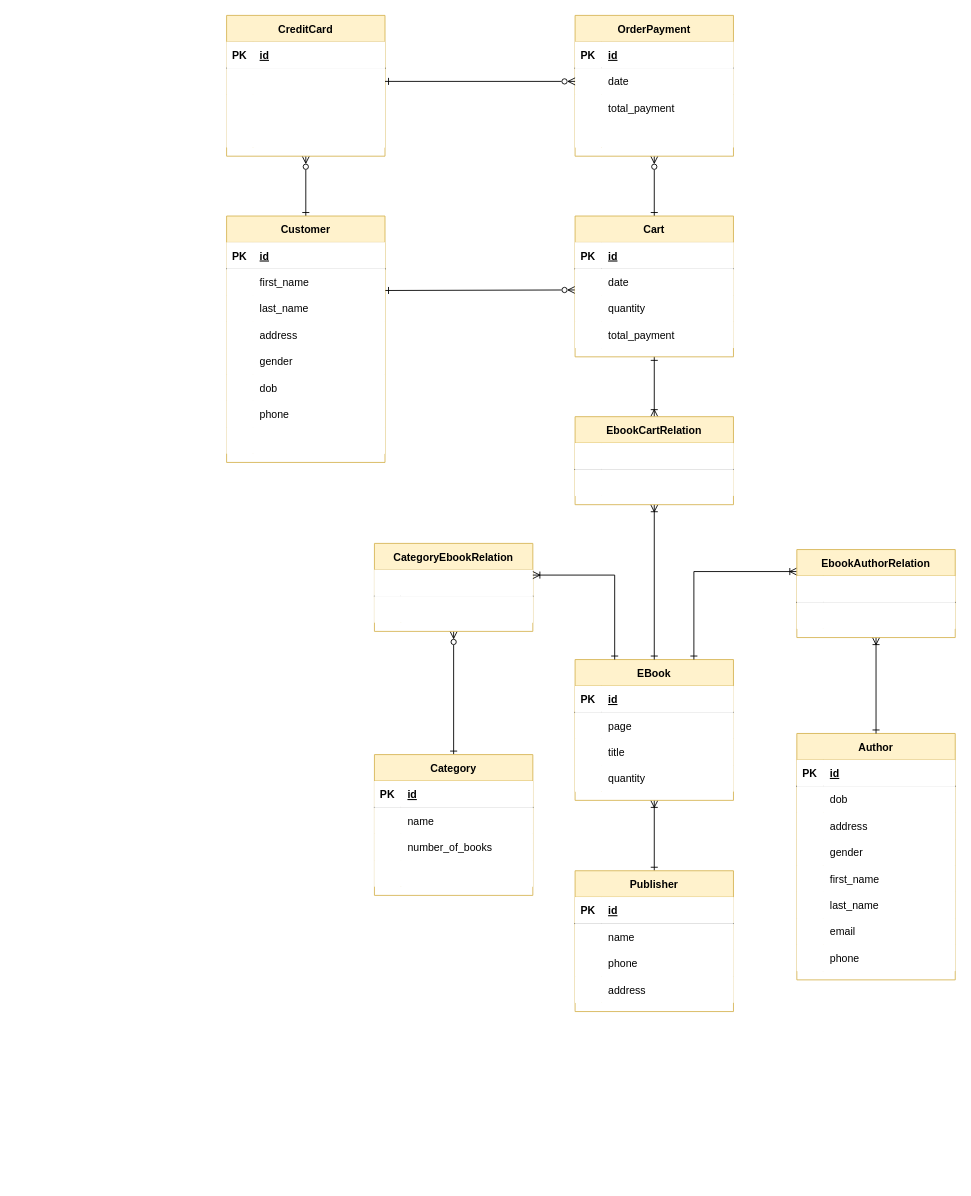
Before: SourceCode/Postgres/Query/ERD/Drawio/SellingBookOnline.drawio in TongVu/Axon, a draw.io diagram. Source tidied: cells renumbered, new cells numbered last; positions are measured from the earlier drawing's top-left corner, leaving out a move shared by most shapes. Both pictures are drawn from the tidied source at 88%, with x=0, y=0 at pixel (226, 15).
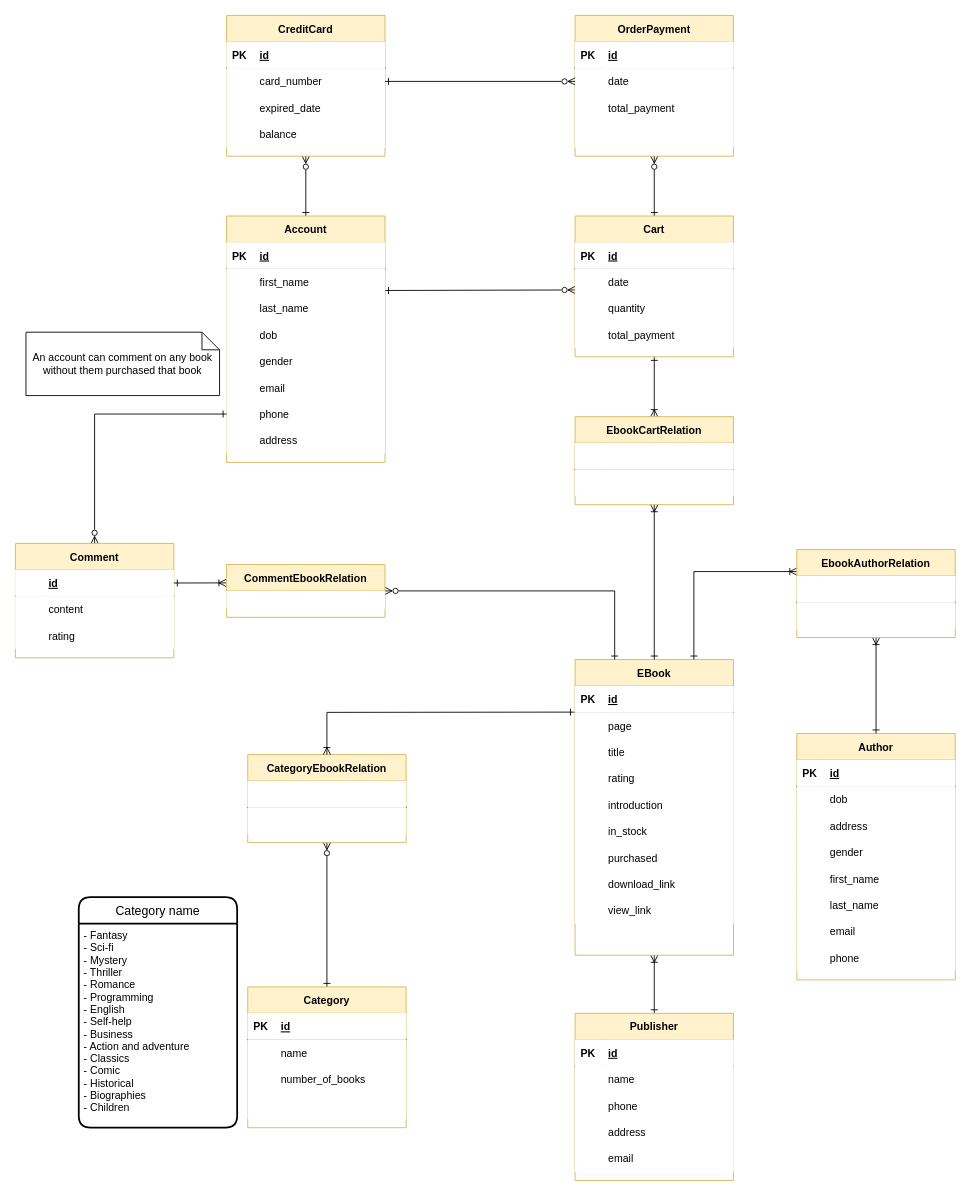
After the change.

Commit message (it also covers changes not shown here):
modified SellingBookOnline ERD

The change refers to these unchanged cells:
```xml
<mxCell id="4" style="shape=tableRow;horizontal=0;startSize=0;swimlaneHead=0;swimlaneBody=0;points=[[0,0.5],[1,0.5]];portConstraint=eastwest;top=0;left=0;right=0;bottom=1;" parent="3" vertex="1">
  <mxGeometry y="30" width="180" height="30" as="geometry" />
</mxCell>
<mxCell id="127" style="shape=tableRow;horizontal=0;startSize=0;swimlaneHead=0;swimlaneBody=0;points=[[0,0.5],[1,0.5]];portConstraint=eastwest;top=0;left=0;right=0;bottom=0;" parent="123" vertex="1">
  <mxGeometry y="60" width="180" height="30" as="geometry" />
</mxCell>
<mxCell id="130" style="shape=tableRow;horizontal=0;startSize=0;swimlaneHead=0;swimlaneBody=0;top=0;left=0;right=0;bottom=0;" parent="123" vertex="1">
  <mxGeometry y="90" width="180" height="30" as="geometry" />
</mxCell>
<mxCell id="133" style="shape=tableRow;horizontal=0;startSize=0;swimlaneHead=0;swimlaneBody=0;top=0;left=0;right=0;bottom=0;" parent="123" vertex="1">
  <mxGeometry y="120" width="180" height="30" as="geometry" />
</mxCell>
```

Diff of the diagram source:
```diff
@@
     <mxCell id="3" value="EBook" style="shape=table;startSize=30;childLayout=tableLayout;rowLines=0;fontStyle=1;align=center;fillColor=#fff2cc;strokeColor=#d6b656;" parent="1" vertex="1">
-      <mxGeometry x="396" y="732" width="180" height="160" as="geometry" />
+      <mxGeometry x="396" y="732" width="180" height="336" as="geometry" />
     </mxCell>
@@
+    <mxCell id="162" style="shape=tableRow;horizontal=0;startSize=0;swimlaneHead=0;swimlaneBody=0;top=0;left=0;right=0;bottom=0;" parent="3" vertex="1">
+      <mxGeometry y="120" width="180" height="30" as="geometry" />
+    </mxCell>
+    <mxCell id="163" style="shape=partialRectangle;top=0;left=0;bottom=0;right=0;overflow=hidden;" parent="162" vertex="1">
+      <mxGeometry width="30" height="30" as="geometry" />
+    </mxCell>
+    <mxCell id="164" value="rating" style="shape=partialRectangle;top=0;left=0;bottom=0;right=0;align=left;spacingLeft=6;overflow=hidden;" parent="162" vertex="1">
+      <mxGeometry x="30" width="150" height="30" as="geometry" />
+    </mxCell>
+    <mxCell id="165" style="shape=tableRow;horizontal=0;startSize=0;swimlaneHead=0;swimlaneBody=0;top=0;left=0;right=0;bottom=0;" parent="3" vertex="1">
+      <mxGeometry y="150" width="180" height="30" as="geometry" />
+    </mxCell>
+    <mxCell id="166" style="shape=partialRectangle;top=0;left=0;bottom=0;right=0;overflow=hidden;" parent="165" vertex="1">
+      <mxGeometry width="30" height="30" as="geometry" />
+    </mxCell>
+    <mxCell id="167" value="introduction" style="shape=partialRectangle;top=0;left=0;bottom=0;right=0;align=left;spacingLeft=6;overflow=hidden;" parent="165" vertex="1">
+      <mxGeometry x="30" width="150" height="30" as="geometry" />
+    </mxCell>
     <mxCell id="13" style="shape=tableRow;horizontal=0;startSize=0;swimlaneHead=0;swimlaneBody=0;top=0;left=0;right=0;bottom=0;" parent="3" vertex="1">
-      <mxGeometry y="120" width="180" height="30" as="geometry" />
+      <mxGeometry y="180" width="180" height="30" as="geometry" />
     </mxCell>
@@
-    <mxCell id="15" value="quantity" style="shape=partialRectangle;top=0;left=0;bottom=0;right=0;align=left;spacingLeft=6;overflow=hidden;" parent="13" vertex="1">
+    <mxCell id="15" value="in_stock" style="shape=partialRectangle;top=0;left=0;bottom=0;right=0;align=left;spacingLeft=6;overflow=hidden;" parent="13" vertex="1">
       <mxGeometry x="30" width="150" height="30" as="geometry" />
     </mxCell>
+    <mxCell id="168" style="shape=tableRow;horizontal=0;startSize=0;swimlaneHead=0;swimlaneBody=0;top=0;left=0;right=0;bottom=0;" parent="3" vertex="1">
+      <mxGeometry y="210" width="180" height="30" as="geometry" />
+    </mxCell>
+    <mxCell id="169" style="shape=partialRectangle;top=0;left=0;bottom=0;right=0;overflow=hidden;" parent="168" vertex="1">
+      <mxGeometry width="30" height="30" as="geometry" />
+    </mxCell>
+    <mxCell id="170" value="purchased" style="shape=partialRectangle;top=0;left=0;bottom=0;right=0;align=left;spacingLeft=6;overflow=hidden;" parent="168" vertex="1">
+      <mxGeometry x="30" width="150" height="30" as="geometry" />
+    </mxCell>
+    <mxCell id="171" style="shape=tableRow;horizontal=0;startSize=0;swimlaneHead=0;swimlaneBody=0;top=0;left=0;right=0;bottom=0;" parent="3" vertex="1">
+      <mxGeometry y="240" width="180" height="30" as="geometry" />
+    </mxCell>
+    <mxCell id="172" style="shape=partialRectangle;top=0;left=0;bottom=0;right=0;overflow=hidden;" parent="171" vertex="1">
+      <mxGeometry width="30" height="30" as="geometry" />
+    </mxCell>
+    <mxCell id="173" value="download_link" style="shape=partialRectangle;top=0;left=0;bottom=0;right=0;align=left;spacingLeft=6;overflow=hidden;" parent="171" vertex="1">
+      <mxGeometry x="30" width="150" height="30" as="geometry" />
+    </mxCell>
+    <mxCell id="174" style="shape=tableRow;horizontal=0;startSize=0;swimlaneHead=0;swimlaneBody=0;top=0;left=0;right=0;bottom=0;" parent="3" vertex="1">
+      <mxGeometry y="270" width="180" height="30" as="geometry" />
+    </mxCell>
+    <mxCell id="175" style="shape=partialRectangle;top=0;left=0;bottom=0;right=0;overflow=hidden;" parent="174" vertex="1">
+      <mxGeometry width="30" height="30" as="geometry" />
+    </mxCell>
+    <mxCell id="176" value="view_link" style="shape=partialRectangle;top=0;left=0;bottom=0;right=0;align=left;spacingLeft=6;overflow=hidden;" parent="174" vertex="1">
+      <mxGeometry x="30" width="150" height="30" as="geometry" />
+    </mxCell>
@@
-    <mxCell id="18" value="Customer" style="shape=table;startSize=30;childLayout=tableLayout;rowLines=0;fontStyle=1;align=center;fillColor=#fff2cc;strokeColor=#d6b656;" parent="1" vertex="1">
+    <mxCell id="18" value="Account" style="shape=table;startSize=30;childLayout=tableLayout;rowLines=0;fontStyle=1;align=center;fillColor=#fff2cc;strokeColor=#d6b656;" parent="1" vertex="1">
       <mxGeometry y="228" width="180" height="280" as="geometry" />
     </mxCell>
@@
+    <mxCell id="34" style="shape=tableRow;horizontal=0;startSize=0;swimlaneHead=0;swimlaneBody=0;top=0;left=0;right=0;bottom=0;" parent="18" vertex="1">
+      <mxGeometry y="120" width="180" height="30" as="geometry" />
+    </mxCell>
+    <mxCell id="35" style="shape=partialRectangle;top=0;left=0;bottom=0;right=0;overflow=hidden;" parent="34" vertex="1">
+      <mxGeometry width="30" height="30" as="geometry" />
+    </mxCell>
+    <mxCell id="36" value="dob" style="shape=partialRectangle;top=0;left=0;bottom=0;right=0;align=left;spacingLeft=6;overflow=hidden;" parent="34" vertex="1">
+      <mxGeometry x="30" width="150" height="30" as="geometry" />
+    </mxCell>
+    <mxCell id="31" style="shape=tableRow;horizontal=0;startSize=0;swimlaneHead=0;swimlaneBody=0;top=0;left=0;right=0;bottom=0;" parent="18" vertex="1">
+      <mxGeometry y="150" width="180" height="30" as="geometry" />
+    </mxCell>
+    <mxCell id="32" style="shape=partialRectangle;top=0;left=0;bottom=0;right=0;overflow=hidden;" parent="31" vertex="1">
+      <mxGeometry width="30" height="30" as="geometry" />
+    </mxCell>
+    <mxCell id="33" value="gender" style="shape=partialRectangle;top=0;left=0;bottom=0;right=0;align=left;spacingLeft=6;overflow=hidden;" parent="31" vertex="1">
+      <mxGeometry x="30" width="150" height="30" as="geometry" />
+    </mxCell>
+    <mxCell id="40" style="shape=tableRow;horizontal=0;startSize=0;swimlaneHead=0;swimlaneBody=0;top=0;left=0;right=0;bottom=0;" parent="18" vertex="1">
+      <mxGeometry y="180" width="180" height="30" as="geometry" />
+    </mxCell>
+    <mxCell id="41" style="shape=partialRectangle;top=0;left=0;bottom=0;right=0;overflow=hidden;" parent="40" vertex="1">
+      <mxGeometry width="30" height="30" as="geometry" />
+    </mxCell>
+    <mxCell id="42" value="email" style="shape=partialRectangle;top=0;left=0;bottom=0;right=0;align=left;spacingLeft=6;overflow=hidden;" parent="40" vertex="1">
+      <mxGeometry x="30" width="150" height="30" as="geometry" />
+    </mxCell>
+    <mxCell id="37" style="shape=tableRow;horizontal=0;startSize=0;swimlaneHead=0;swimlaneBody=0;points=[[0,0.5],[1,0.5]];portConstraint=eastwest;top=0;left=0;right=0;bottom=0;" parent="18" vertex="1">
+      <mxGeometry y="210" width="180" height="30" as="geometry" />
+    </mxCell>
+    <mxCell id="38" style="shape=partialRectangle;top=0;left=0;bottom=0;right=0;overflow=hidden;" parent="37" vertex="1">
+      <mxGeometry width="30" height="30" as="geometry" />
+    </mxCell>
+    <mxCell id="39" value="phone" style="shape=partialRectangle;top=0;left=0;bottom=0;right=0;align=left;spacingLeft=6;overflow=hidden;" parent="37" vertex="1">
+      <mxGeometry x="30" width="150" height="30" as="geometry" />
+    </mxCell>
     <mxCell id="28" style="shape=tableRow;horizontal=0;startSize=0;swimlaneHead=0;swimlaneBody=0;top=0;left=0;right=0;bottom=0;" parent="18" vertex="1">
-      <mxGeometry y="120" width="180" height="30" as="geometry" />
+      <mxGeometry y="240" width="180" height="30" as="geometry" />
     </mxCell>
@@
-    <mxCell id="31" style="shape=tableRow;horizontal=0;startSize=0;swimlaneHead=0;swimlaneBody=0;top=0;left=0;right=0;bottom=0;" parent="18" vertex="1">
-      <mxGeometry y="150" width="180" height="30" as="geometry" />
-    </mxCell>
-    <mxCell id="32" style="shape=partialRectangle;top=0;left=0;bottom=0;right=0;overflow=hidden;" parent="31" vertex="1">
-      <mxGeometry width="30" height="30" as="geometry" />
-    </mxCell>
-    <mxCell id="33" value="gender" style="shape=partialRectangle;top=0;left=0;bottom=0;right=0;align=left;spacingLeft=6;overflow=hidden;" parent="31" vertex="1">
-      <mxGeometry x="30" width="150" height="30" as="geometry" />
-    </mxCell>
-    <mxCell id="34" style="shape=tableRow;horizontal=0;startSize=0;swimlaneHead=0;swimlaneBody=0;top=0;left=0;right=0;bottom=0;" parent="18" vertex="1">
-      <mxGeometry y="180" width="180" height="30" as="geometry" />
-    </mxCell>
-    <mxCell id="35" style="shape=partialRectangle;top=0;left=0;bottom=0;right=0;overflow=hidden;" parent="34" vertex="1">
-      <mxGeometry width="30" height="30" as="geometry" />
-    </mxCell>
-    <mxCell id="36" value="dob" style="shape=partialRectangle;top=0;left=0;bottom=0;right=0;align=left;spacingLeft=6;overflow=hidden;" parent="34" vertex="1">
-      <mxGeometry x="30" width="150" height="30" as="geometry" />
-    </mxCell>
-    <mxCell id="37" style="shape=tableRow;horizontal=0;startSize=0;swimlaneHead=0;swimlaneBody=0;points=[[0,0.5],[1,0.5]];portConstraint=eastwest;top=0;left=0;right=0;bottom=0;" parent="18" vertex="1">
-      <mxGeometry y="210" width="180" height="30" as="geometry" />
-    </mxCell>
-    <mxCell id="38" style="shape=partialRectangle;top=0;left=0;bottom=0;right=0;overflow=hidden;" parent="37" vertex="1">
-      <mxGeometry width="30" height="30" as="geometry" />
-    </mxCell>
-    <mxCell id="39" value="phone" style="shape=partialRectangle;top=0;left=0;bottom=0;right=0;align=left;spacingLeft=6;overflow=hidden;" parent="37" vertex="1">
-      <mxGeometry x="30" width="150" height="30" as="geometry" />
-    </mxCell>
-    <mxCell id="40" style="shape=tableRow;horizontal=0;startSize=0;swimlaneHead=0;swimlaneBody=0;top=0;left=0;right=0;bottom=0;" parent="18" vertex="1">
-      <mxGeometry y="240" width="180" height="30" as="geometry" />
-    </mxCell>
-    <mxCell id="41" style="shape=partialRectangle;top=0;left=0;bottom=0;right=0;overflow=hidden;" parent="40" vertex="1">
-      <mxGeometry width="30" height="30" as="geometry" />
-    </mxCell>
-    <mxCell id="42" style="shape=partialRectangle;top=0;left=0;bottom=0;right=0;align=left;spacingLeft=6;overflow=hidden;" parent="40" vertex="1">
-      <mxGeometry x="30" width="150" height="30" as="geometry" />
-    </mxCell>
@@
     <mxCell id="83" value="Publisher" style="shape=table;startSize=30;childLayout=tableLayout;rowLines=0;fontStyle=1;align=center;fillColor=#fff2cc;strokeColor=#d6b656;" parent="1" vertex="1">
-      <mxGeometry x="396" y="972" width="180" height="160" as="geometry" />
+      <mxGeometry x="396" y="1134" width="180" height="190" as="geometry" />
     </mxCell>
@@
+    <mxCell id="177" style="shape=tableRow;horizontal=0;startSize=0;swimlaneHead=0;swimlaneBody=0;top=0;left=0;right=0;bottom=0;" parent="83" vertex="1">
+      <mxGeometry y="150" width="180" height="30" as="geometry" />
+    </mxCell>
+    <mxCell id="178" style="shape=partialRectangle;top=0;left=0;bottom=0;right=0;overflow=hidden;" parent="177" vertex="1">
+      <mxGeometry width="30" height="30" as="geometry" />
+    </mxCell>
+    <mxCell id="179" value="email" style="shape=partialRectangle;top=0;left=0;bottom=0;right=0;align=left;spacingLeft=6;overflow=hidden;" parent="177" vertex="1">
+      <mxGeometry x="30" width="150" height="30" as="geometry" />
+    </mxCell>
@@
     <mxCell id="97" value="Category" style="shape=table;startSize=30;childLayout=tableLayout;rowLines=0;fontStyle=1;align=center;fillColor=#fff2cc;strokeColor=#d6b656;" parent="1" vertex="1">
-      <mxGeometry x="168" y="840" width="180" height="160" as="geometry" />
+      <mxGeometry x="24" y="1104" width="180" height="160" as="geometry" />
     </mxCell>
@@
-    <mxCell id="129" style="shape=partialRectangle;top=0;left=0;bottom=0;right=0;align=left;spacingLeft=6;overflow=hidden;" parent="127" vertex="1">
+    <mxCell id="129" value="card_number" style="shape=partialRectangle;top=0;left=0;bottom=0;right=0;align=left;spacingLeft=6;overflow=hidden;" parent="127" vertex="1">
       <mxGeometry x="30" width="150" height="30" as="geometry" />
     </mxCell>
@@
-    <mxCell id="132" style="shape=partialRectangle;top=0;left=0;bottom=0;right=0;align=left;spacingLeft=6;overflow=hidden;" parent="130" vertex="1">
+    <mxCell id="132" value="expired_date" style="shape=partialRectangle;top=0;left=0;bottom=0;right=0;align=left;spacingLeft=6;overflow=hidden;" parent="130" vertex="1">
       <mxGeometry x="30" width="150" height="30" as="geometry" />
     </mxCell>
@@
-    <mxCell id="135" style="shape=partialRectangle;top=0;left=0;bottom=0;right=0;align=left;spacingLeft=6;overflow=hidden;" parent="133" vertex="1">
+    <mxCell id="135" value="balance" style="shape=partialRectangle;top=0;left=0;bottom=0;right=0;align=left;spacingLeft=6;overflow=hidden;" parent="133" vertex="1">
       <mxGeometry x="30" width="150" height="30" as="geometry" />
     </mxCell>
@@
     <mxCell id="137" value="CategoryEbookRelation" style="shape=table;startSize=30;childLayout=tableLayout;rowLines=0;fontStyle=1;align=center;fillColor=#fff2cc;strokeColor=#d6b656;" parent="1" vertex="1">
-      <mxGeometry x="168" y="600" width="180" height="100" as="geometry" />
+      <mxGeometry x="24" y="840" width="180" height="100" as="geometry" />
     </mxCell>
@@
-    <mxCell id="144" style="edgeStyle=none;rounded=0;jettySize=auto;html=1;entryX=0.25;entryY=0;entryDx=0;entryDy=0;startArrow=ERoneToMany;startFill=0;endArrow=ERone;endFill=0;" parent="1" edge="1" target="3">
+    <mxCell id="144" style="edgeStyle=none;rounded=0;jettySize=auto;html=1;entryX=-0.007;entryY=0.991;entryDx=0;entryDy=0;startArrow=ERoneToMany;startFill=0;endArrow=ERone;endFill=0;exitX=0.5;exitY=0;exitDx=0;exitDy=0;entryPerimeter=0;" parent="1" edge="1" source="137" target="4">
       <mxGeometry relative="1" as="geometry">
-        <mxPoint x="348" y="636" as="sourcePoint" />
         <Array as="points">
-          <mxPoint x="441" y="636" />
+          <mxPoint x="114" y="792" />
         </Array>
       </mxGeometry>
     </mxCell>
@@
+    <mxCell id="180" style="edgeStyle=orthogonalEdgeStyle;rounded=0;jettySize=auto;html=1;exitX=1;exitY=0.5;exitDx=0;exitDy=0;entryX=0.25;entryY=0;entryDx=0;entryDy=0;startArrow=ERzeroToMany;startFill=0;endArrow=ERone;endFill=0;" parent="1" edge="1" source="181" target="3">
+      <mxGeometry relative="1" as="geometry" />
+    </mxCell>
+    <mxCell id="181" value="CommentEbookRelation" style="shape=table;startSize=30;childLayout=tableLayout;rowLines=0;fontStyle=1;align=center;fillColor=#fff2cc;strokeColor=#d6b656;" parent="1" vertex="1">
+      <mxGeometry y="624" width="180" height="60" as="geometry" />
+    </mxCell>
+    <mxCell id="182" style="shape=tableRow;horizontal=0;startSize=0;swimlaneHead=0;swimlaneBody=0;top=0;left=0;right=0;bottom=0;" parent="181" vertex="1">
+      <mxGeometry y="30" width="180" height="20" as="geometry" />
+    </mxCell>
+    <mxCell id="183" style="shape=partialRectangle;top=0;left=0;bottom=0;right=0;overflow=hidden;" parent="182" vertex="1">
+      <mxGeometry width="30" height="20" as="geometry" />
+    </mxCell>
+    <mxCell id="184" style="shape=partialRectangle;top=0;left=0;bottom=0;right=0;align=left;spacingLeft=6;overflow=hidden;" parent="182" vertex="1">
+      <mxGeometry x="30" width="150" height="20" as="geometry" />
+    </mxCell>
+    <mxCell id="185" value="Category name" style="swimlane;horizontal=1;startSize=30;rounded=1;fontSize=14;fontStyle=0;strokeWidth=2;shadow=0;dashed=0;align=center;" parent="1" vertex="1">
+      <mxGeometry x="-168" y="1002" width="180" height="262" as="geometry" />
+    </mxCell>
+    <mxCell id="186" value="- Fantasy&#10;- Sci-fi&#10;- Mystery&#10;- Thriller&#10;- Romance&#10;- Programming&#10;- English&#10;- Self-help&#10;- Business&#10;- Action and adventure&#10;- Classics&#10;- Comic&#10;- Historical &#10;- Biographies&#10;- Children" style="align=left;strokeColor=none;fillColor=none;spacingLeft=4;fontSize=12;verticalAlign=top;" parent="185" vertex="1">
+      <mxGeometry y="30" width="180" height="232" as="geometry" />
+    </mxCell>
+    <mxCell id="187" style="edgeStyle=orthogonalEdgeStyle;rounded=0;jettySize=auto;html=1;exitX=0.5;exitY=0;exitDx=0;exitDy=0;entryX=0;entryY=0.5;entryDx=0;entryDy=0;startArrow=ERzeroToMany;startFill=0;endArrow=ERone;endFill=0;" parent="1" edge="1" source="188" target="37">
+      <mxGeometry relative="1" as="geometry" />
+    </mxCell>
+    <mxCell id="188" value="Comment" style="shape=table;startSize=30;childLayout=tableLayout;rowLines=0;fontStyle=1;align=center;fillColor=#fff2cc;strokeColor=#d6b656;" parent="1" vertex="1">
+      <mxGeometry x="-240" y="600" width="180" height="130" as="geometry" />
+    </mxCell>
+    <mxCell id="189" style="shape=tableRow;horizontal=0;startSize=0;swimlaneHead=0;swimlaneBody=0;points=[[0,0.5],[1,0.5]];portConstraint=eastwest;top=0;left=0;right=0;bottom=1;" parent="188" vertex="1">
+      <mxGeometry y="30" width="180" height="30" as="geometry" />
+    </mxCell>
+    <mxCell id="190" style="shape=partialRectangle;top=0;left=0;bottom=0;right=0;fontStyle=1;overflow=hidden;" parent="189" vertex="1">
+      <mxGeometry width="30" height="30" as="geometry" />
+    </mxCell>
+    <mxCell id="191" value="id" style="shape=partialRectangle;top=0;left=0;bottom=0;right=0;align=left;spacingLeft=6;fontStyle=5;overflow=hidden;" parent="189" vertex="1">
+      <mxGeometry x="30" width="150" height="30" as="geometry" />
+    </mxCell>
+    <mxCell id="192" style="shape=tableRow;horizontal=0;startSize=0;swimlaneHead=0;swimlaneBody=0;top=0;left=0;right=0;bottom=0;" parent="188" vertex="1">
+      <mxGeometry y="60" width="180" height="30" as="geometry" />
+    </mxCell>
+    <mxCell id="193" style="shape=partialRectangle;top=0;left=0;bottom=0;right=0;overflow=hidden;" parent="192" vertex="1">
+      <mxGeometry width="30" height="30" as="geometry" />
+    </mxCell>
+    <mxCell id="194" value="content" style="shape=partialRectangle;top=0;left=0;bottom=0;right=0;align=left;spacingLeft=6;overflow=hidden;" parent="192" vertex="1">
+      <mxGeometry x="30" width="150" height="30" as="geometry" />
+    </mxCell>
+    <mxCell id="195" style="shape=tableRow;horizontal=0;startSize=0;swimlaneHead=0;swimlaneBody=0;top=0;left=0;right=0;bottom=0;" parent="188" vertex="1">
+      <mxGeometry y="90" width="180" height="30" as="geometry" />
+    </mxCell>
+    <mxCell id="196" style="shape=partialRectangle;top=0;left=0;bottom=0;right=0;overflow=hidden;" parent="195" vertex="1">
+      <mxGeometry width="30" height="30" as="geometry" />
+    </mxCell>
+    <mxCell id="197" value="rating" style="shape=partialRectangle;top=0;left=0;bottom=0;right=0;align=left;spacingLeft=6;overflow=hidden;" parent="195" vertex="1">
+      <mxGeometry x="30" width="150" height="30" as="geometry" />
+    </mxCell>
+    <mxCell id="198" style="rounded=0;jettySize=auto;html=1;exitX=1;exitY=0.5;exitDx=0;exitDy=0;startArrow=ERone;startFill=0;endArrow=ERoneToMany;endFill=0;entryX=-0.004;entryY=0.348;entryDx=0;entryDy=0;entryPerimeter=0;" parent="1" edge="1" source="189" target="181">
+      <mxGeometry relative="1" as="geometry" />
+    </mxCell>
+    <mxCell id="199" value="An account can comment on any book without them purchased that book" style="shape=note;size=20;whiteSpace=wrap;html=1;" parent="1" vertex="1">
+      <mxGeometry x="-228" y="360" width="220" height="72" as="geometry" />
+    </mxCell>
```
